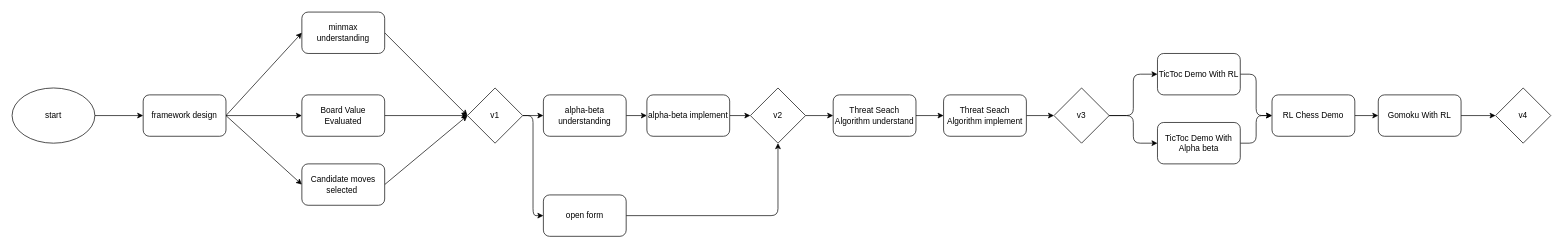
The draw.io diagram gomoku/docs/coding_task.drawio in AmoyZhp/monorepo, before the edit. Source tidied: cells renumbered, new cells numbered last; positions are measured from the earlier drawing's top-left corner, leaving out a move shared by most shapes. Both pictures are drawn from the tidied source at 69%, with x=0, y=0 at pixel (12, 12).
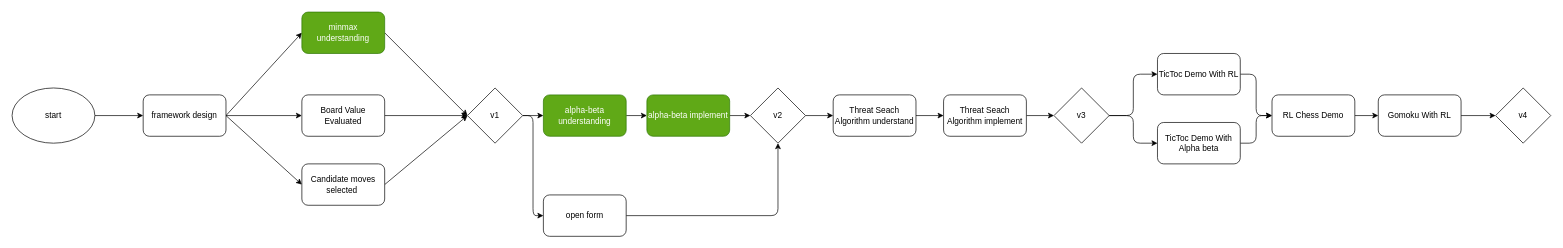
Above is the later version.

Commit message:
docs: update coding progress

What changed in the source:
```diff
@@
-    <mxCell id="9" value="minmax understanding" style="rounded=1;whiteSpace=wrap;html=1;" parent="1" vertex="1">
+    <mxCell id="9" value="minmax understanding" style="rounded=1;whiteSpace=wrap;html=1;fillColor=#60a917;fontColor=#ffffff;strokeColor=#2D7600;" parent="1" vertex="1">
       <mxGeometry x="420" width="120" height="60" as="geometry" />
     </mxCell>
@@
-    <mxCell id="20" value="alpha-beta understanding" style="rounded=1;whiteSpace=wrap;html=1;" parent="1" vertex="1">
+    <mxCell id="20" value="alpha-beta understanding" style="rounded=1;whiteSpace=wrap;html=1;fillColor=#60a917;fontColor=#ffffff;strokeColor=#2D7600;" parent="1" vertex="1">
       <mxGeometry x="770" y="120" width="120" height="60" as="geometry" />
     </mxCell>
@@
-    <mxCell id="22" value="alpha-beta implement" style="rounded=1;whiteSpace=wrap;html=1;" parent="1" vertex="1">
+    <mxCell id="22" value="alpha-beta implement" style="rounded=1;whiteSpace=wrap;html=1;fillColor=#60a917;fontColor=#ffffff;strokeColor=#2D7600;" parent="1" vertex="1">
       <mxGeometry x="920" y="120" width="120" height="60" as="geometry" />
     </mxCell>
```
